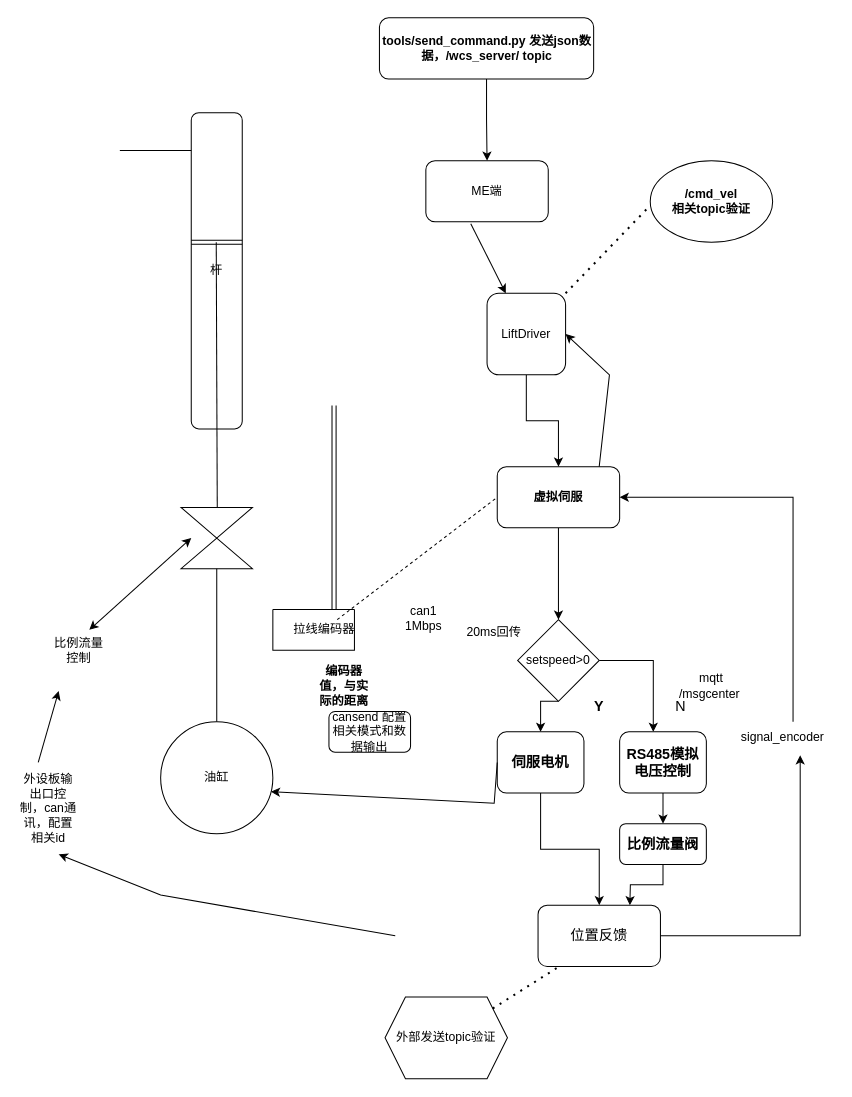
Before: robot/tools/liquidControlOpt-speed.drawio in yyjqr/Eangel, a draw.io diagram. Source tidied: cells renumbered, new cells numbered last; positions are measured from the earlier drawing's top-left corner, leaving out a move shared by most shapes. Both pictures are drawn from the tidied source at 102%, with x=0, y=0 at pixel (17, 17).
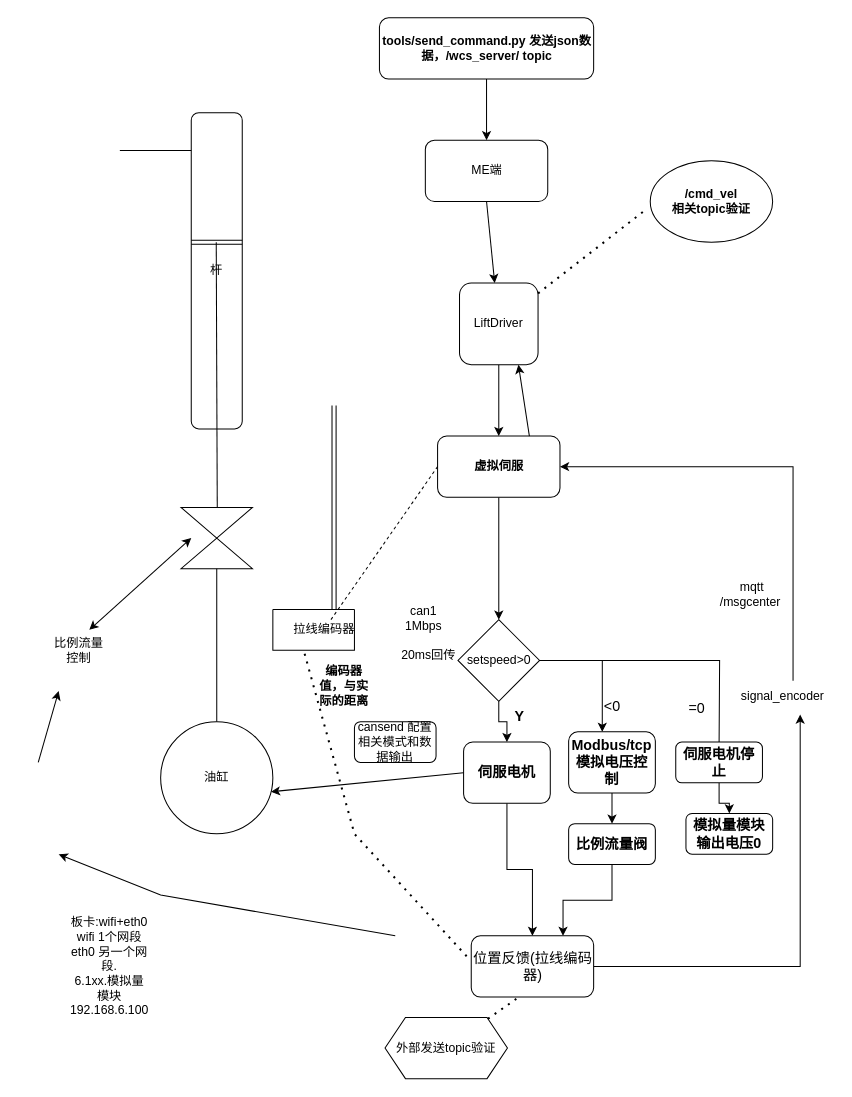
The same page after the edit.

Unchanged cells that the change refers to:
```xml
<mxCell id="8" value="油缸" style="ellipse;whiteSpace=wrap;html=1;" parent="1" vertex="1">
  <mxGeometry x="140" y="690" width="110" height="110" as="geometry" />
</mxCell>
<mxCell id="9" style="swimlane;startSize=0;" parent="1" vertex="1">
  <mxGeometry x="250" y="580" width="80" height="40" as="geometry" />
</mxCell>
```

The edit, as a diff of the source:
```diff
@@
     <mxCell id="3" value="&lt;b&gt;虚拟伺服&lt;/b&gt;" style="rounded=1;whiteSpace=wrap;html=1;" parent="1" vertex="1">
-      <mxGeometry x="470" y="440" width="120" height="60" as="geometry" />
+      <mxGeometry x="411.5" y="410" width="120" height="60" as="geometry" />
     </mxCell>
@@
     <mxCell id="13" value="ME端" style="rounded=1;whiteSpace=wrap;html=1;" parent="1" vertex="1">
-      <mxGeometry x="400" y="140" width="120" height="60" as="geometry" />
+      <mxGeometry x="399.5" y="120" width="120" height="60" as="geometry" />
     </mxCell>
@@
     <mxCell id="17" value="mqtt /msgcenter&amp;nbsp;" style="text;html=1;strokeColor=none;fillColor=none;align=center;verticalAlign=middle;whiteSpace=wrap;rounded=0;" parent="1" vertex="1">
-      <mxGeometry x="650" y="640" width="60" height="30" as="geometry" />
+      <mxGeometry x="690" y="550" width="60" height="30" as="geometry" />
     </mxCell>
@@
     <mxCell id="20" value="cansend 配置相关模式和数据输出" style="rounded=1;whiteSpace=wrap;html=1;" parent="1" vertex="1">
-      <mxGeometry x="305" y="680" width="80" height="40" as="geometry" />
+      <mxGeometry x="330" y="690" width="80" height="40" as="geometry" />
     </mxCell>
@@
-    <mxCell id="22" value="外设板输出口控制，can通讯，配置相关id" style="text;html=1;strokeColor=none;fillColor=none;align=center;verticalAlign=middle;whiteSpace=wrap;rounded=0;" parent="1" vertex="1">
-      <mxGeometry y="760" width="60" height="30" as="geometry" />
-    </mxCell>
@@
     <mxCell id="25" value="LiftDriver" style="rounded=1;whiteSpace=wrap;html=1;direction=south;" parent="1" vertex="1">
-      <mxGeometry x="460" y="270" width="77" height="80" as="geometry" />
+      <mxGeometry x="433" y="260" width="77" height="80" as="geometry" />
     </mxCell>
     <mxCell id="26" value="外部发送topic验证" style="shape=hexagon;perimeter=hexagonPerimeter2;whiteSpace=wrap;html=1;fixedSize=1;" parent="1" vertex="1">
-      <mxGeometry x="360" y="960" width="120" height="80" as="geometry" />
+      <mxGeometry x="360" y="980" width="120" height="60" as="geometry" />
     </mxCell>
@@
-    <mxCell id="28" style="endArrow=classic;html=1;rounded=0;exitX=0.367;exitY=1.03;exitDx=0;exitDy=0;exitPerimeter=0;" parent="1" edge="1" source="13" target="25">
+    <mxCell id="28" style="endArrow=classic;html=1;rounded=0;exitX=0.5;exitY=1;exitDx=0;exitDy=0;" parent="1" edge="1" source="13" target="25">
       <mxGeometry relative="1" as="geometry" />
     </mxCell>
     <mxCell id="29" value="20ms回传" style="text;html=1;strokeColor=none;fillColor=none;align=center;verticalAlign=middle;whiteSpace=wrap;rounded=0;" parent="1" vertex="1">
-      <mxGeometry x="437" y="588" width="60" height="30" as="geometry" />
+      <mxGeometry x="373" y="610" width="60" height="30" as="geometry" />
     </mxCell>
     <mxCell id="30" style="edgeStyle=orthogonalEdgeStyle;rounded=0;jettySize=auto;html=1;entryX=1;entryY=0.5;entryDx=0;entryDy=0;fontSize=14;" parent="1" edge="1" source="31" target="3">
       <mxGeometry relative="1" as="geometry">
         <Array as="points">
-          <mxPoint x="760" y="470" />
+          <mxPoint x="760" y="440" />
         </Array>
       </mxGeometry>
     </mxCell>
     <mxCell id="31" value="signal_encoder" style="text;html=1;strokeColor=none;fillColor=none;align=center;verticalAlign=middle;whiteSpace=wrap;rounded=0;" parent="1" vertex="1">
-      <mxGeometry x="700" y="690" width="100" height="30" as="geometry" />
+      <mxGeometry x="700" y="650" width="100" height="30" as="geometry" />
     </mxCell>
@@
-    <mxCell id="36" style="endArrow=classic;html=1;rounded=0;exitX=0.833;exitY=0;exitDx=0;exitDy=0;entryX=0.5;entryY=0;entryDx=0;entryDy=0;exitPerimeter=0;" parent="1" edge="1" source="3" target="25">
-      <mxGeometry relative="1" as="geometry">
-        <Array as="points">
-          <mxPoint x="580" y="350" />
-        </Array>
-      </mxGeometry>
+    <mxCell id="36" style="endArrow=classic;html=1;rounded=0;exitX=0.75;exitY=0;exitDx=0;exitDy=0;entryX=1;entryY=0.25;entryDx=0;entryDy=0;" parent="1" edge="1" source="3" target="25">
+      <mxGeometry relative="1" as="geometry" />
     </mxCell>
@@
     <mxCell id="39" value="setspeed&amp;gt;0" style="rhombus;whiteSpace=wrap;html=1;" parent="1" vertex="1">
-      <mxGeometry x="490" y="590" width="80" height="80" as="geometry" />
+      <mxGeometry x="431.5" y="590" width="80" height="80" as="geometry" />
     </mxCell>
@@
     <mxCell id="41" value="伺服电机" style="rounded=1;whiteSpace=wrap;html=1;fontStyle=1;fontSize=14;" parent="1" vertex="1">
-      <mxGeometry x="470" y="700" width="85" height="60" as="geometry" />
+      <mxGeometry x="437" y="710" width="85" height="60" as="geometry" />
     </mxCell>
     <mxCell id="42" style="endArrow=classic;html=1;rounded=0;fontSize=14;entryX=0.983;entryY=0.625;entryDx=0;entryDy=0;entryPerimeter=0;exitX=0;exitY=0.5;exitDx=0;exitDy=0;" parent="1" edge="1" source="41" target="8">
-      <mxGeometry relative="1" as="geometry">
-        <Array as="points">
-          <mxPoint x="467" y="770" />
-        </Array>
-      </mxGeometry>
+      <mxGeometry relative="1" as="geometry" />
     </mxCell>
     <mxCell id="43" value="&lt;b&gt;Y&lt;/b&gt;" style="text;html=1;strokeColor=none;fillColor=none;align=center;verticalAlign=middle;whiteSpace=wrap;rounded=0;fontSize=14;" parent="1" vertex="1">
-      <mxGeometry x="540" y="660" width="60" height="30" as="geometry" />
+      <mxGeometry x="462" y="670" width="60" height="30" as="geometry" />
     </mxCell>
-    <mxCell id="44" value="N" style="text;html=1;strokeColor=none;fillColor=none;align=center;verticalAlign=middle;whiteSpace=wrap;rounded=0;fontSize=14;" parent="1" vertex="1">
-      <mxGeometry x="620" y="660" width="60" height="30" as="geometry" />
+    <mxCell id="44" value="&amp;lt;0" style="text;html=1;strokeColor=none;fillColor=none;align=center;verticalAlign=middle;whiteSpace=wrap;rounded=0;fontSize=14;" parent="1" vertex="1">
+      <mxGeometry x="552.5" y="660" width="60" height="30" as="geometry" />
     </mxCell>
@@
-    <mxCell id="47" value="RS485模拟电压控制" style="rounded=1;whiteSpace=wrap;html=1;fontStyle=1;fontSize=14;" parent="1" vertex="1">
-      <mxGeometry x="590" y="700" width="85" height="60" as="geometry" />
+    <mxCell id="47" value="Modbus/tcp模拟电压控制" style="rounded=1;whiteSpace=wrap;html=1;fontStyle=1;fontSize=14;" parent="1" vertex="1">
+      <mxGeometry x="540" y="700" width="85" height="60" as="geometry" />
     </mxCell>
-    <mxCell id="48" style="edgeStyle=orthogonalEdgeStyle;rounded=0;jettySize=auto;html=1;exitX=0.5;exitY=1;exitDx=0;exitDy=0;fontSize=14;" parent="1" edge="1" source="49">
-      <mxGeometry relative="1" as="geometry">
-        <mxPoint x="600" y="870" as="targetPoint" />
-      </mxGeometry>
+    <mxCell id="48" style="edgeStyle=orthogonalEdgeStyle;rounded=0;jettySize=auto;html=1;exitX=0.5;exitY=1;exitDx=0;exitDy=0;fontSize=14;entryX=0.75;entryY=0;entryDx=0;entryDy=0;" parent="1" edge="1" source="49" target="51">
+      <mxGeometry relative="1" as="geometry" />
     </mxCell>
     <mxCell id="49" value="比例流量阀" style="rounded=1;whiteSpace=wrap;html=1;fontStyle=1;fontSize=14;" parent="1" vertex="1">
-      <mxGeometry x="590" y="790" width="85" height="40" as="geometry" />
+      <mxGeometry x="540" y="790" width="85" height="40" as="geometry" />
     </mxCell>
@@
-    <mxCell id="51" value="位置反馈" style="rounded=1;whiteSpace=wrap;html=1;fontSize=14;" parent="1" vertex="1">
-      <mxGeometry x="510" y="870" width="120" height="60" as="geometry" />
+    <mxCell id="51" value="位置反馈(拉线编码器)" style="rounded=1;whiteSpace=wrap;html=1;fontSize=14;" parent="1" vertex="1">
+      <mxGeometry x="444.5" y="900" width="120" height="60" as="geometry" />
     </mxCell>
+    <mxCell id="52" value="模拟量模块输出电压0" style="rounded=1;whiteSpace=wrap;html=1;fontStyle=1;fontSize=14;" parent="1" vertex="1">
+      <mxGeometry x="655" y="780" width="85" height="40" as="geometry" />
+    </mxCell>
+    <mxCell id="53" style="edgeStyle=orthogonalEdgeStyle;rounded=0;jettySize=auto;html=1;" parent="1" edge="1" source="54" target="52">
+      <mxGeometry relative="1" as="geometry" />
+    </mxCell>
+    <mxCell id="54" value="伺服电机停止" style="rounded=1;whiteSpace=wrap;html=1;fontStyle=1;fontSize=14;" parent="1" vertex="1">
+      <mxGeometry x="645" y="710" width="85" height="40" as="geometry" />
+    </mxCell>
+    <mxCell id="55" style="endArrow=none;html=1;rounded=0;exitX=0.5;exitY=0;exitDx=0;exitDy=0;" parent="1" edge="1" source="54">
+      <mxGeometry relative="1" as="geometry">
+        <mxPoint x="570" y="630" as="targetPoint" />
+        <Array as="points">
+          <mxPoint x="688" y="630" />
+        </Array>
+      </mxGeometry>
+    </mxCell>
+    <mxCell id="56" value="=0" style="text;html=1;strokeColor=none;fillColor=none;align=center;verticalAlign=middle;whiteSpace=wrap;rounded=0;fontSize=14;" parent="1" vertex="1">
+      <mxGeometry x="635.5" y="662" width="60" height="30" as="geometry" />
+    </mxCell>
+    <mxCell id="57" value="板卡:wifi+eth0&lt;br&gt;wifi 1个网段&lt;br&gt;eth0 另一个网段.&lt;br&gt;6.1xx.模拟量模块192.168.6.100" style="text;html=1;strokeColor=none;fillColor=none;align=center;verticalAlign=middle;whiteSpace=wrap;rounded=0;" parent="1" vertex="1">
+      <mxGeometry x="50" y="890" width="80" height="80" as="geometry" />
+    </mxCell>
+    <mxCell id="58" style="endArrow=none;dashed=1;html=1;dashPattern=1 3;strokeWidth=2;rounded=0;entryX=0.388;entryY=1.075;entryDx=0;entryDy=0;entryPerimeter=0;" parent="1" edge="1" target="9">
+      <mxGeometry relative="1" as="geometry">
+        <mxPoint x="440" y="920" as="sourcePoint" />
+        <Array as="points">
+          <mxPoint x="330" y="800" />
+        </Array>
+      </mxGeometry>
+    </mxCell>
```
